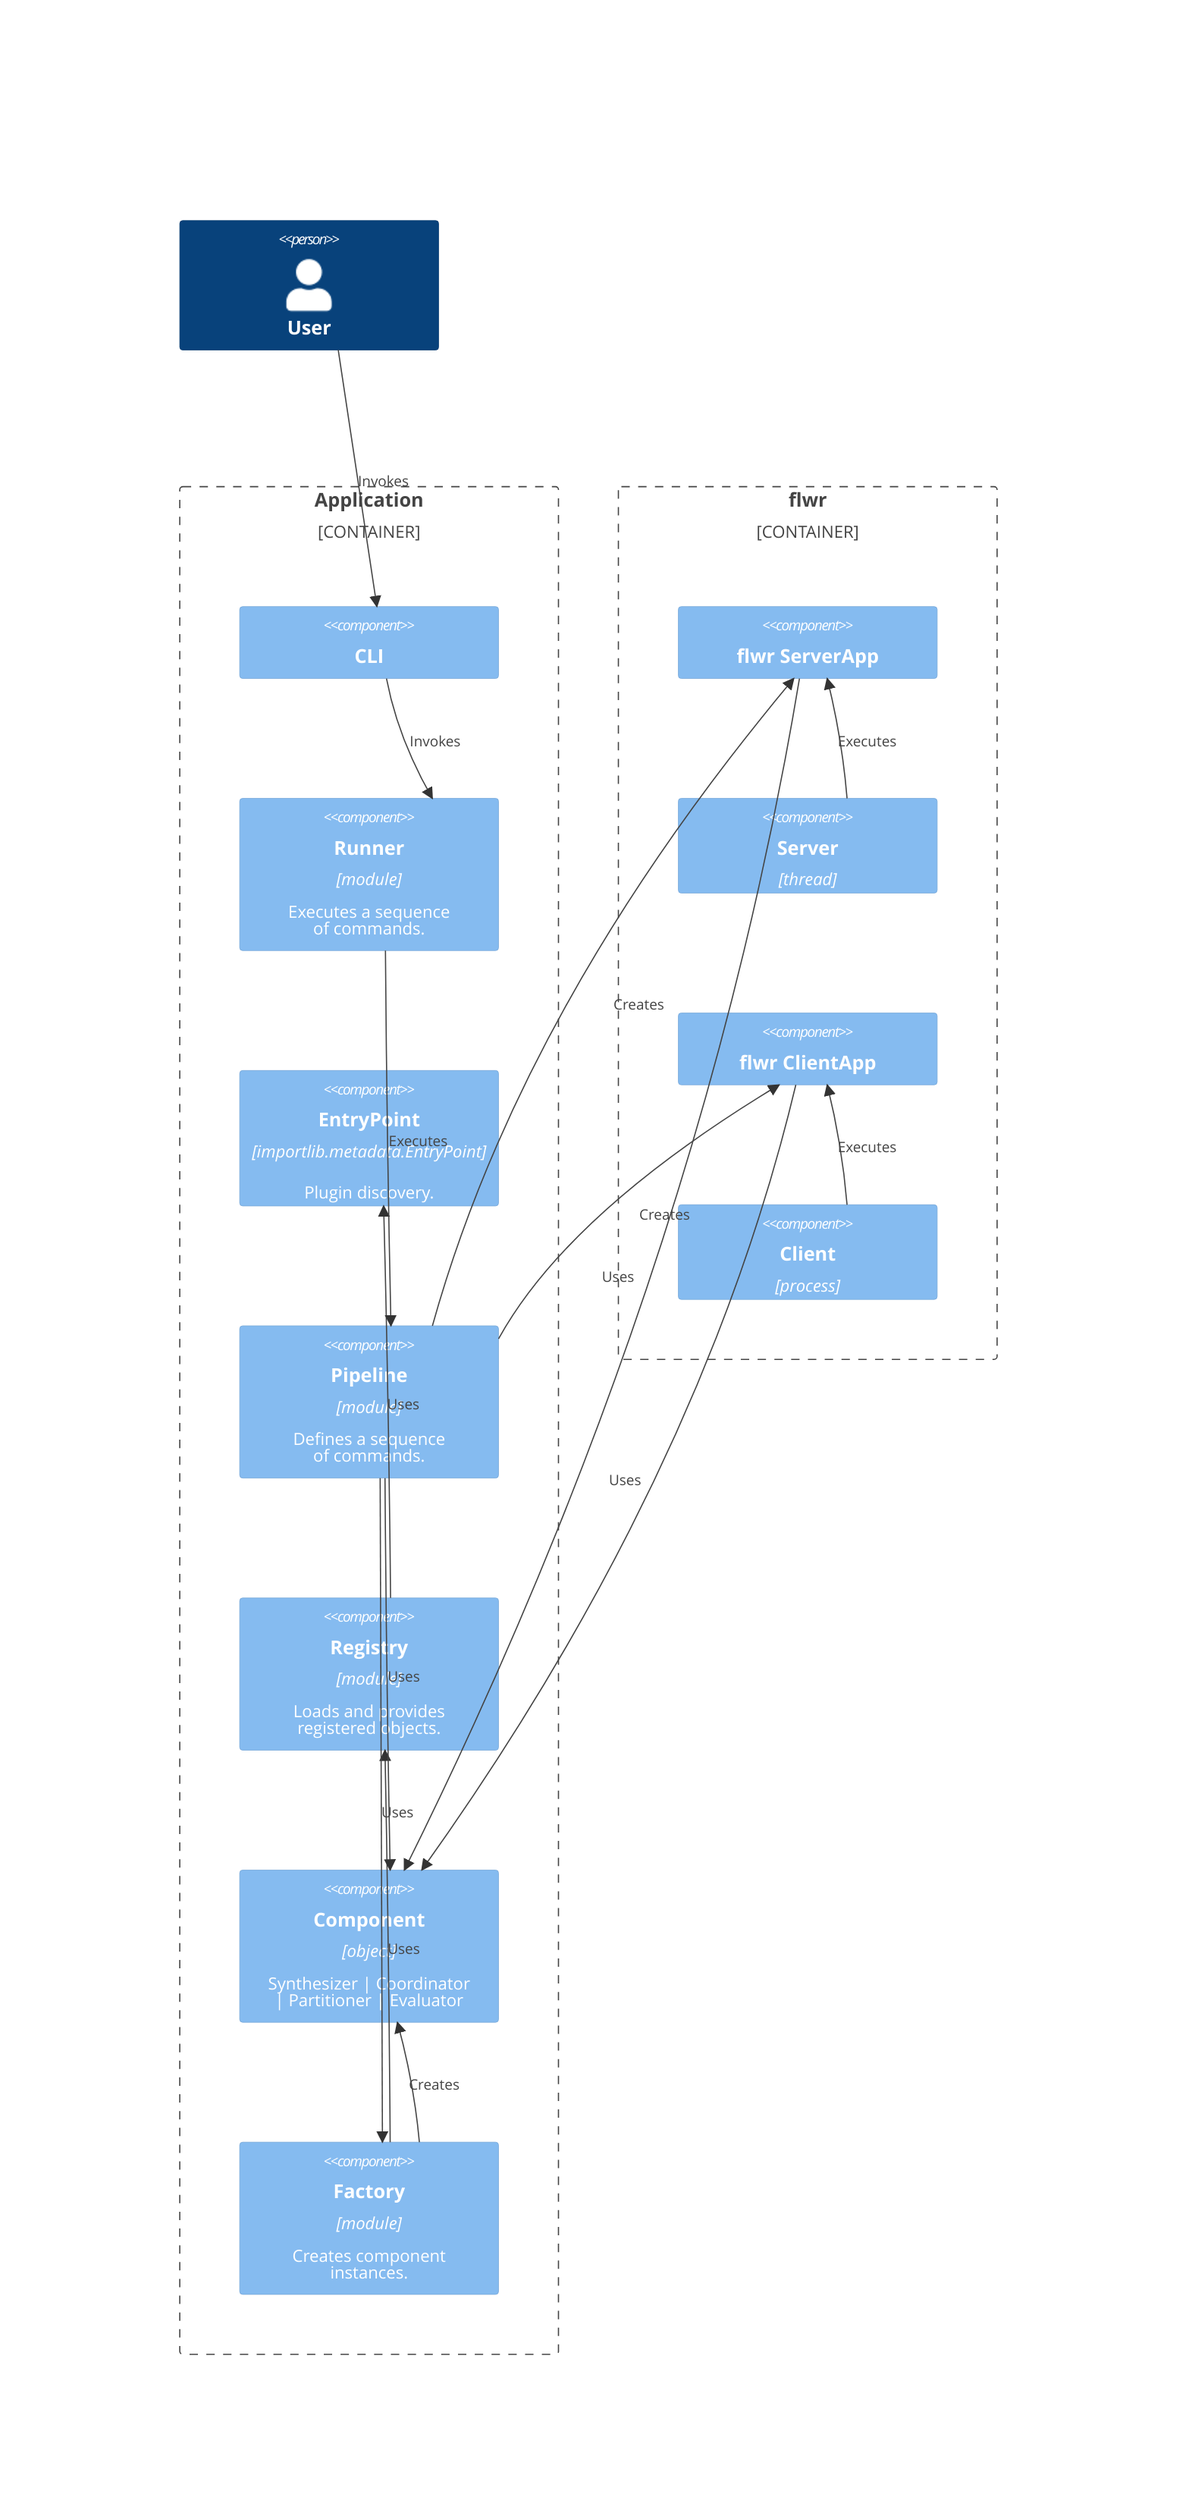
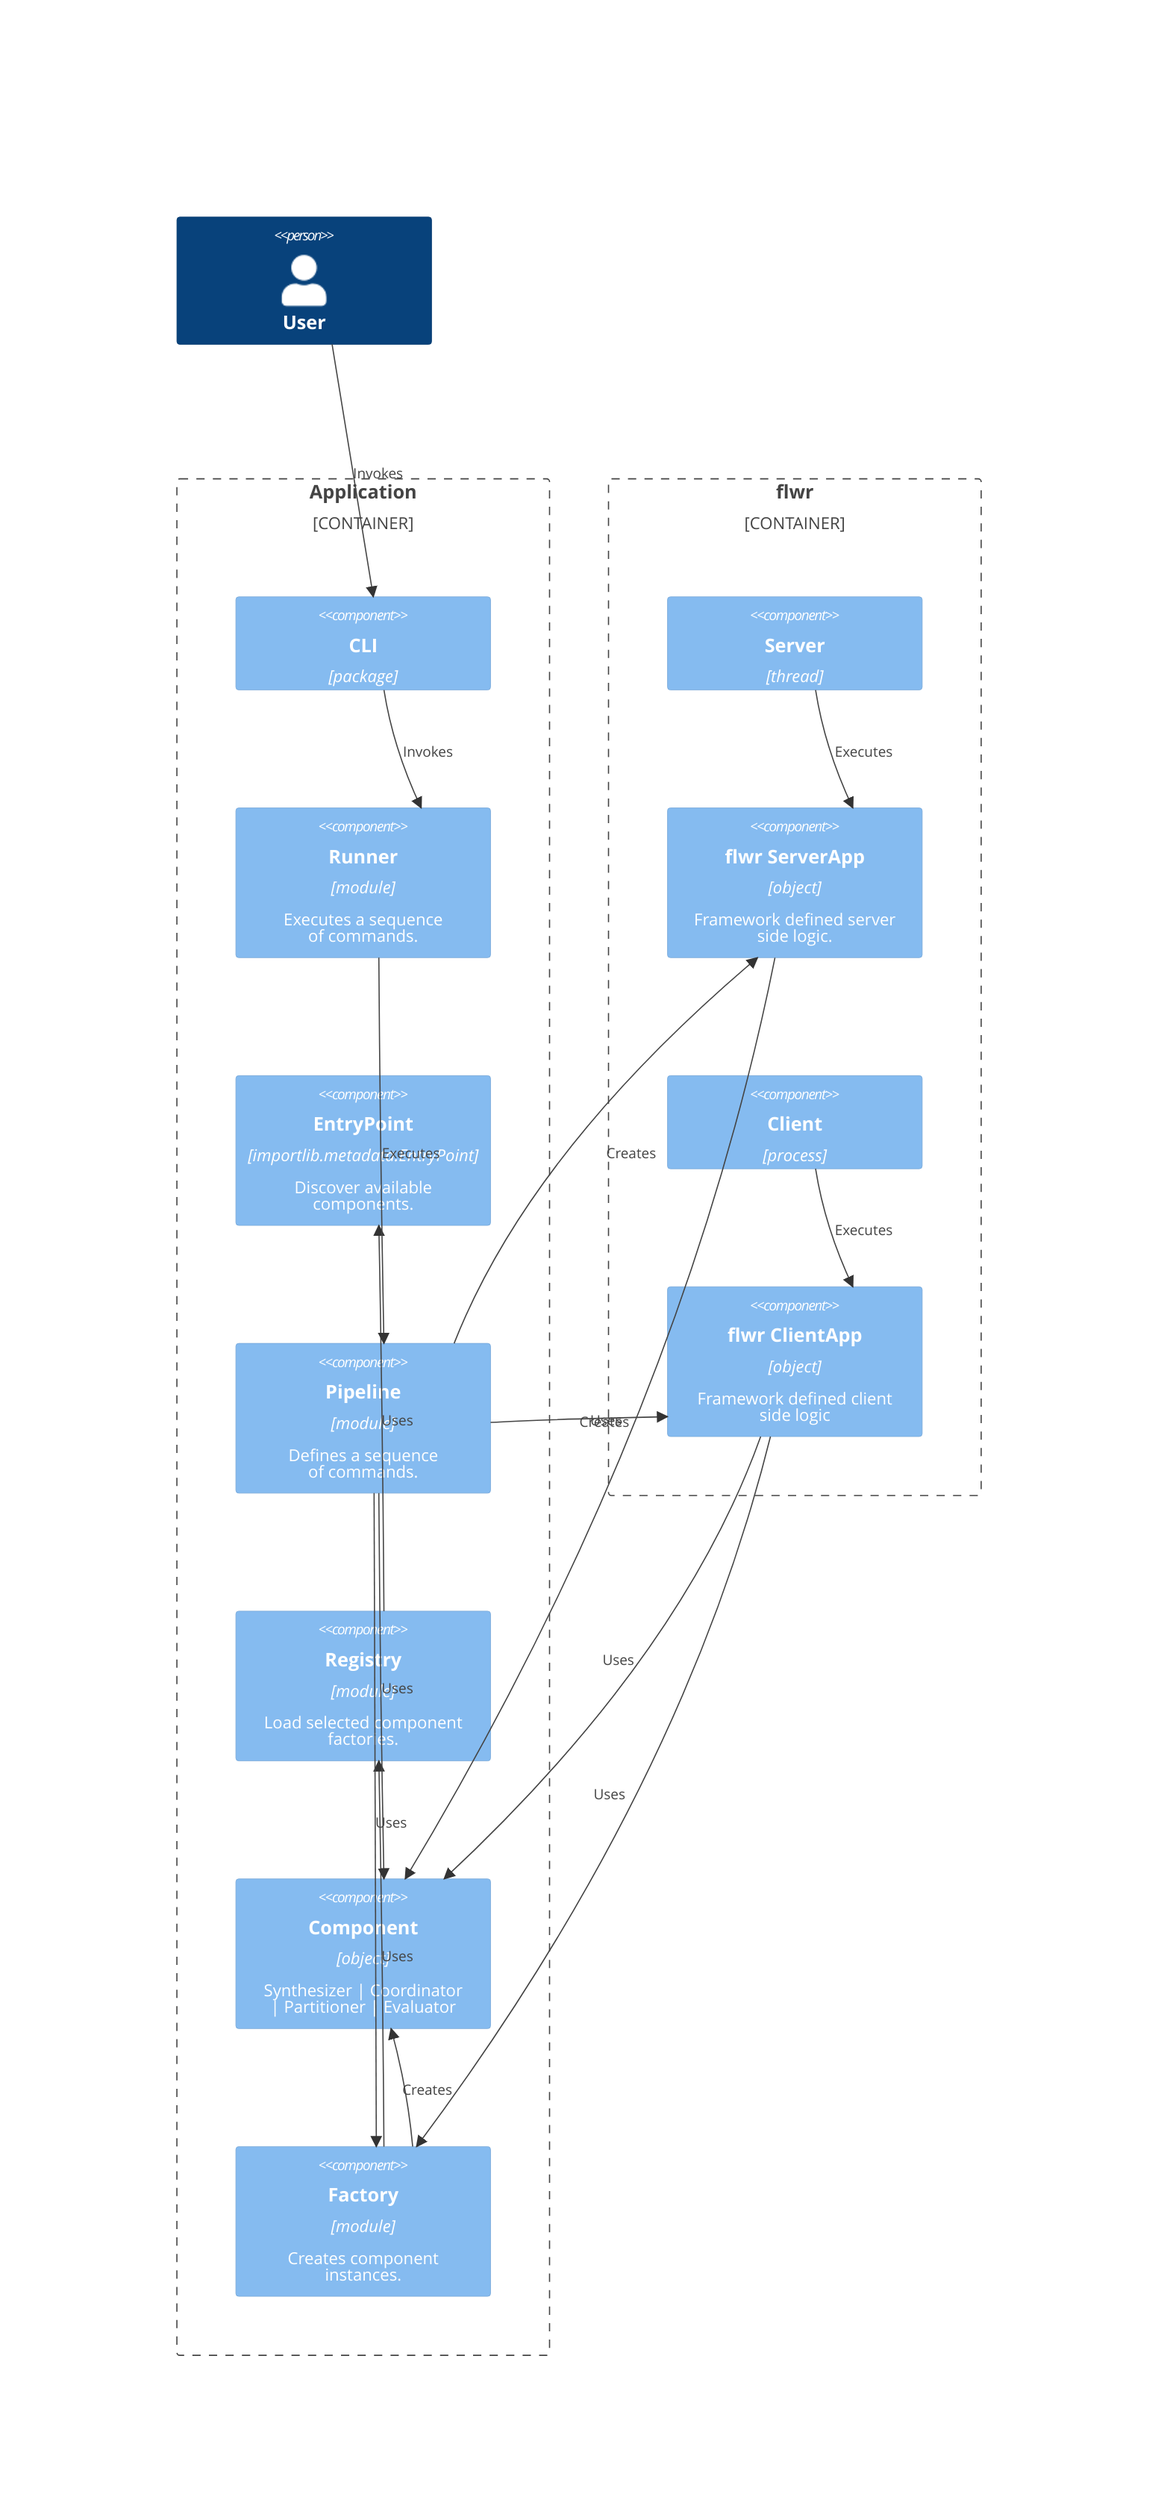
C4Component
    UpdateLayoutConfig($c4ShapeInRow="2", $c4BoundaryInRow="2")
    Person(user, "User", "")
    Container_Boundary(framework, "Application", "") {
-         Component(cli, "CLI")
+         Component(cli, "CLI", "package")
        Component(run, "Runner", "module", "Executes a sequence<br/> of commands.")
-         Component(ep, "EntryPoint", "importlib.metadata.EntryPoint", "Plugin
-             discovery.")
+         Component(ep, "EntryPoint", "importlib.metadata.EntryPoint", "Discover
+             available<br/>components.")
        Component(pipeline, "Pipeline", "module", "Defines a sequence<br/> of
        commands.")
-         Component(reg, "Registry", "module", "Loads and provides<br/> registered
-             objects.")
+         Component(reg, "Registry", "module", "Load selected component<br/> factories.")
        Component(comp, "Component", "object", "Synthesizer |
            Coordinator<br/>| Partitioner | Evaluator")
        Component(factory, "Factory", "module", "Creates component<br/>
            instances.")
    }
    Container_Boundary(flwr, "flwr", "") {
-         Component(server_app, "flwr ServerApp")
        Component(server, "Server", "thread")
-         Component(client_app, "flwr ClientApp")
+         Component(server_app, "flwr ServerApp", "object", "Framework defined
+             server<br/>side logic.")
        Component(client, "Client", "process")
+         Component(client_app, "flwr ClientApp", "object", "Framework defined
+             client<br/>side logic")
    }
    Rel(user, cli, "Invokes")
    Rel(cli, run, "Invokes")
    Rel(reg, ep, "Uses")
    Rel(factory, reg, "Uses")
    Rel(factory, comp, "Creates")
    Rel(client_app, comp, "Uses")
+     Rel(client_app, factory, "Uses")
    Rel(server_app, comp, "Uses")
    Rel(pipeline, comp, "Uses")
    Rel(pipeline, factory, "Uses")
    Rel(pipeline, client_app, "Creates")
    Rel(pipeline, server_app, "Creates")
    Rel(run, pipeline, "Executes")
    Rel(client, client_app, "Executes")
    Rel(server, server_app, "Executes")